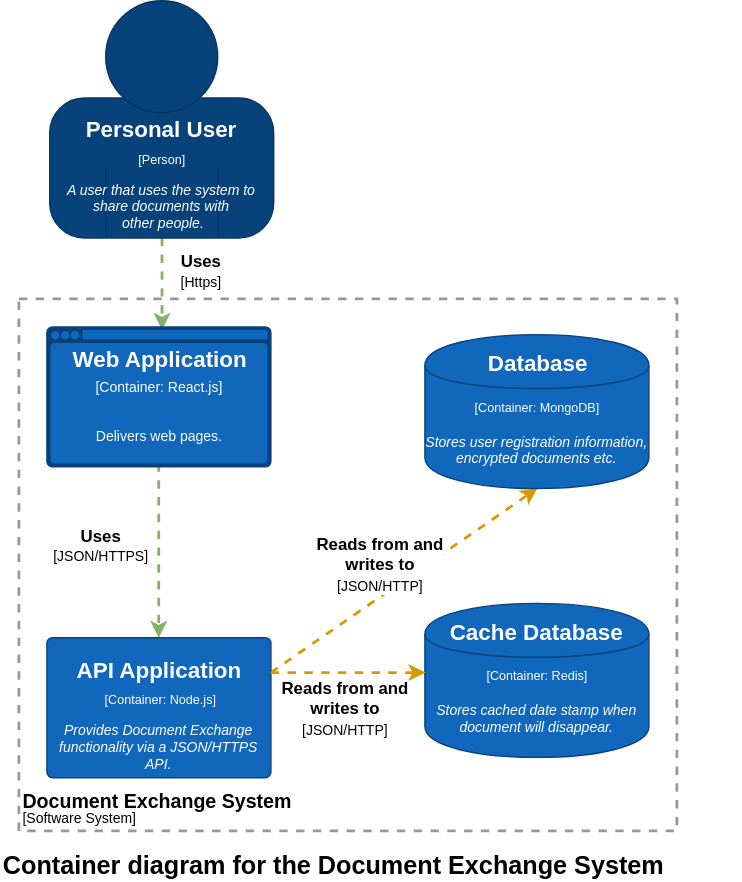
kkolodziejczak/PBAI keeps this draw.io diagram as Documentation/Architecture/Level2-Containers.svg. Above is the earlier version. Source tidied: cells renumbered, new cells last; positions are measured from the earlier drawing's top-left corner, leaving out a move shared by most shapes. Its diagram source:
```xml
<mxGraphModel>
  <root>
    <mxCell id="0" />
    <mxCell id="1" parent="0" />
    <mxCell id="2" value="&lt;div style=&quot;text-align: left&quot;&gt;&lt;span&gt;Container diagram for the Document Exchange System&lt;/span&gt;&lt;/div&gt;" style="text;html=1;strokeColor=none;fillColor=none;align=left;verticalAlign=middle;whiteSpace=wrap;rounded=0;fontSize=18;fontStyle=1;" parent="1" vertex="1">
      <mxGeometry y="609" width="528" height="20" as="geometry" />
    </mxCell>
    <mxCell id="3" style="endArrow=classic;html=1;strokeWidth=2;dashed=1;strokeColor=#82b366;fontSize=14;entryX=0.5;entryY=0;fillColor=#d5e8d4;rounded=0;exitX=0.5;exitY=1;" parent="1" edge="1" source="25" target="11">
      <mxGeometry relative="1" as="geometry" />
    </mxCell>
    <mxCell id="4" value="&lt;span&gt;&lt;b&gt;Uses&lt;/b&gt;&lt;br&gt;&lt;/span&gt;&lt;div&gt;&lt;font style=&quot;font-size: 10px&quot;&gt;[JSON/HTTPS]&lt;/font&gt;&lt;/div&gt;" style="text;html=1;align=center;verticalAlign=middle;labelBackgroundColor=#ffffff;" parent="3" vertex="1">
      <mxGeometry x="0.44" y="-3" relative="1" as="geometry">
        <mxPoint x="-38" y="-31" as="offset" />
      </mxGeometry>
    </mxCell>
    <mxCell id="5" style="endArrow=classic;html=1;strokeWidth=2;dashed=1;strokeColor=#82b366;rounded=0;fontSize=14;exitX=0.5;exitY=1;fillColor=#d5e8d4;entryX=0.429;entryY=0.063;entryPerimeter=0;" parent="1" edge="1" source="30" target="22">
      <mxGeometry relative="1" as="geometry" />
    </mxCell>
    <mxCell id="6" value="&lt;span&gt;&lt;b&gt;&lt;font style=&quot;font-size: 12px&quot;&gt;Uses&lt;/font&gt;&lt;/b&gt;&lt;/span&gt;&lt;span&gt;&lt;br&gt;&lt;/span&gt;&lt;div&gt;&lt;font style=&quot;font-size: 10px&quot;&gt;[Https]&lt;/font&gt;&lt;/div&gt;" style="text;html=1;align=center;verticalAlign=middle;labelBackgroundColor=#ffffff;" parent="5" vertex="1">
      <mxGeometry x="0.44" y="-3" relative="1" as="geometry">
        <mxPoint x="31" y="-24" as="offset" />
      </mxGeometry>
    </mxCell>
    <mxCell id="7" style="endArrow=classic;html=1;strokeWidth=2;dashed=1;strokeColor=#d79b00;rounded=0;fontSize=14;fontColor=#000000;entryX=0.5;entryY=1;exitX=1;exitY=0.25;fillColor=#ffe6cc;" parent="1" edge="1" source="11" target="39">
      <mxGeometry relative="1" as="geometry" />
    </mxCell>
    <mxCell id="8" value="&lt;span&gt;&lt;b&gt;&lt;font style=&quot;font-size: 12px&quot;&gt;Reads from and &lt;br&gt;writes to&lt;/font&gt;&lt;/b&gt;&lt;/span&gt;&lt;span&gt;&lt;br&gt;&lt;/span&gt;&lt;div&gt;&lt;font style=&quot;font-size: 10px&quot;&gt;[JSON/HTTP&lt;/font&gt;&lt;span style=&quot;font-size: 10px&quot;&gt;]&lt;/span&gt;&lt;/div&gt;" style="text;html=1;align=center;verticalAlign=middle;labelBackgroundColor=#ffffff;" parent="7" vertex="1">
      <mxGeometry x="0.44" y="-3" relative="1" as="geometry">
        <mxPoint x="-60" y="15" as="offset" />
      </mxGeometry>
    </mxCell>
    <mxCell id="9" style="group;fillColor=#ffffff;strokeColor=none;absoluteArcSize=1;" parent="1" vertex="1">
      <mxGeometry x="33" y="456" width="160" height="100" as="geometry" />
    </mxCell>
    <mxCell id="10" style="group;fillColor=none;" parent="9" vertex="1">
      <mxGeometry width="160" height="100" as="geometry" />
    </mxCell>
    <mxCell id="11" style="rounded=1;whiteSpace=wrap;html=1;fillColor=#1067BC;strokeColor=#08427B;arcSize=4;" parent="10" vertex="1">
      <mxGeometry width="160" height="100" as="geometry" />
    </mxCell>
    <mxCell id="12" value="API Application" style="text;html=1;strokeColor=none;fillColor=none;align=center;verticalAlign=middle;whiteSpace=wrap;rounded=0;fontColor=#FFFFFF;fontStyle=1;fontSize=16;" parent="9" vertex="1">
      <mxGeometry y="12" width="160" height="21" as="geometry" />
    </mxCell>
    <mxCell id="13" value="&lt;font style=&quot;font-size: 9px&quot;&gt;[&lt;span&gt;Container:&amp;nbsp;Node.js&lt;/span&gt;]&lt;/font&gt;&lt;br&gt;" style="text;html=1;strokeColor=none;fillColor=none;align=center;verticalAlign=middle;whiteSpace=wrap;rounded=0;fontSize=12;fontColor=#FFFFFF;" parent="9" vertex="1">
      <mxGeometry y="32" width="160" height="21" as="geometry" />
    </mxCell>
    <mxCell id="14" value="&lt;i&gt;&lt;font&gt;Provides Document Exchange functionality via a JSON/HTTPS API.&lt;/font&gt;&lt;/i&gt;&lt;br&gt;" style="text;strokeColor=none;fillColor=none;align=center;verticalAlign=middle;whiteSpace=wrap;rounded=0;fontSize=10;fontColor=#FFFFFF;html=1;spacing=1;" parent="9" vertex="1">
      <mxGeometry y="58" width="160" height="40" as="geometry" />
    </mxCell>
    <mxCell id="15" style="group;" parent="1" vertex="1">
      <mxGeometry x="33" y="234" width="160" height="100" as="geometry" />
    </mxCell>
    <mxCell id="16" style="group;fillColor=none;" parent="15" vertex="1">
      <mxGeometry width="160" height="100" as="geometry" />
    </mxCell>
    <mxCell id="17" style="rounded=1;whiteSpace=wrap;html=1;fillColor=#08427B;strokeColor=#08427B;arcSize=4;" parent="16" vertex="1">
      <mxGeometry width="160" height="100" as="geometry" />
    </mxCell>
    <mxCell id="18" style="rounded=1;whiteSpace=wrap;html=1;strokeColor=#08427B;fillColor=#1067BC;align=center;arcSize=4;" parent="15" vertex="1">
      <mxGeometry x="2" y="11" width="156" height="87" as="geometry" />
    </mxCell>
    <mxCell id="19" style="ellipse;strokeColor=#08427B;fillColor=#1067BC;align=center;noLabel=0;fontColor=none;" parent="15" vertex="1">
      <mxGeometry x="2" y="2" width="7" height="7" as="geometry" />
    </mxCell>
    <mxCell id="20" style="ellipse;whiteSpace=wrap;html=1;strokeColor=#08427B;fillColor=#1067BC;align=center;" parent="15" vertex="1">
      <mxGeometry x="9" y="2" width="7" height="7" as="geometry" />
    </mxCell>
    <mxCell id="21" style="ellipse;whiteSpace=wrap;html=1;strokeColor=#08427B;fillColor=#1067BC;align=center;" parent="15" vertex="1">
      <mxGeometry x="16" y="2" width="7" height="7" as="geometry" />
    </mxCell>
    <mxCell id="22" style="rounded=1;whiteSpace=wrap;html=1;strokeColor=#08427B;fillColor=#1067BC;align=center;" parent="15" vertex="1">
      <mxGeometry x="25" y="1.5" width="133" height="8" as="geometry" />
    </mxCell>
    <mxCell id="23" value="Web Application" style="text;html=1;strokeColor=none;fillColor=none;align=center;verticalAlign=middle;whiteSpace=wrap;rounded=0;fontColor=#FFFFFF;fontStyle=1;fontSize=16;" parent="15" vertex="1">
      <mxGeometry y="12" width="160" height="21" as="geometry" />
    </mxCell>
    <mxCell id="24" value="&lt;font style=&quot;font-size: 10px&quot;&gt;[Container: React.js]&lt;/font&gt;&lt;br&gt;" style="text;html=1;strokeColor=none;fillColor=none;align=center;verticalAlign=middle;whiteSpace=wrap;rounded=0;fontSize=12;fontColor=#FFFFFF;" parent="15" vertex="1">
      <mxGeometry y="32" width="160" height="21" as="geometry" />
    </mxCell>
    <mxCell id="25" value="Delivers web pages." style="text;strokeColor=none;fillColor=none;align=center;verticalAlign=middle;whiteSpace=wrap;rounded=0;fontSize=10;fontColor=#FFFFFF;html=1;spacing=1;" parent="15" vertex="1">
      <mxGeometry y="58" width="160" height="40" as="geometry" />
    </mxCell>
    <mxCell id="26" style="group;" parent="1" vertex="1">
      <mxGeometry x="35" y="0.5" width="160" height="170" as="geometry" />
    </mxCell>
    <mxCell id="27" style="group;" parent="26" vertex="1">
      <mxGeometry width="160" height="170" as="geometry" />
    </mxCell>
    <mxCell id="28" style="group;fillColor=#ffffff;strokeColor=none;absoluteArcSize=1;" parent="27" vertex="1">
      <mxGeometry y="70" width="160" height="100" as="geometry" />
    </mxCell>
    <mxCell id="29" style="group;fillColor=none;" parent="28" vertex="1">
      <mxGeometry width="160" height="100" as="geometry" />
    </mxCell>
    <mxCell id="30" style="rounded=1;whiteSpace=wrap;html=1;fillColor=#08427B;strokeColor=#063563;arcSize=25;" parent="29" vertex="1">
      <mxGeometry width="160" height="100" as="geometry" />
    </mxCell>
    <mxCell id="31" style="endArrow=none;html=1;strokeColor=#063563;" parent="28" edge="1">
      <mxGeometry relative="1" as="geometry">
        <mxPoint x="40" y="50" as="sourcePoint" />
        <mxPoint x="40" y="98" as="targetPoint" />
      </mxGeometry>
    </mxCell>
    <mxCell id="32" style="edgeStyle=orthogonalEdgeStyle;html=1;entryX=0.75;entryY=1;jettySize=auto;strokeColor=#063563;curved=1;endArrow=none;endFill=0;" parent="28" edge="1" target="33">
      <mxGeometry relative="1" as="geometry">
        <mxPoint x="120" y="50" as="sourcePoint" />
        <Array as="points">
          <mxPoint x="120" y="70" />
          <mxPoint x="120" y="70" />
        </Array>
      </mxGeometry>
    </mxCell>
    <mxCell id="33" value="&lt;i&gt;A user that uses the system to share documents&amp;nbsp;with&lt;br&gt;&amp;nbsp;other people.&lt;/i&gt;&lt;br&gt;" style="text;strokeColor=none;fillColor=none;align=center;verticalAlign=middle;whiteSpace=wrap;rounded=0;fontSize=10;fontColor=#FFFFFF;html=1;spacing=1;" parent="28" vertex="1">
      <mxGeometry y="58" width="160" height="40" as="geometry" />
    </mxCell>
    <mxCell id="34" value="&lt;font style=&quot;font-size: 9px&quot;&gt;[Person]&lt;/font&gt;&lt;br&gt;" style="text;html=1;strokeColor=none;fillColor=none;align=center;verticalAlign=middle;whiteSpace=wrap;rounded=0;fontSize=12;fontColor=#FFFFFF;" parent="28" vertex="1">
      <mxGeometry y="32" width="160" height="21" as="geometry" />
    </mxCell>
    <mxCell id="35" value="Personal User" style="text;html=1;strokeColor=none;fillColor=none;align=center;verticalAlign=middle;whiteSpace=wrap;rounded=0;fontColor=#FFFFFF;fontStyle=1;fontSize=16;" parent="28" vertex="1">
      <mxGeometry y="12" width="160" height="21" as="geometry" />
    </mxCell>
    <mxCell id="36" style="ellipse;whiteSpace=wrap;html=1;strokeColor=#063563;fillColor=#08427B;gradientColor=none;" parent="27" vertex="1">
      <mxGeometry x="40" width="80" height="80" as="geometry" />
    </mxCell>
    <mxCell id="37" style="group;" parent="1" vertex="1">
      <mxGeometry x="303" y="239.5" width="160" height="110" as="geometry" />
    </mxCell>
    <mxCell id="38" style="group;" parent="37" vertex="1">
      <mxGeometry width="160" height="110" as="geometry" />
    </mxCell>
    <mxCell id="39" style="shape=cylinder;whiteSpace=wrap;html=1;boundedLbl=1;backgroundOutline=1;rounded=1;strokeColor=#08427B;fillColor=#1067BC;fontSize=12;fontColor=#FFFFFF;align=center;" parent="38" vertex="1">
      <mxGeometry width="160" height="110" as="geometry" />
    </mxCell>
    <mxCell id="40" value="&lt;i&gt;Stores user registration information, encrypted documents etc.&lt;/i&gt;&lt;br&gt;" style="text;strokeColor=none;fillColor=none;align=center;verticalAlign=middle;whiteSpace=wrap;rounded=0;fontSize=10;fontColor=#FFFFFF;html=1;spacing=1;" parent="38" vertex="1">
      <mxGeometry y="62.5" width="160" height="40" as="geometry" />
    </mxCell>
    <mxCell id="41" value="&lt;font style=&quot;font-size: 9px&quot;&gt;[Container: MongoDB]&lt;/font&gt;&lt;br&gt;" style="text;html=1;strokeColor=none;fillColor=none;align=center;verticalAlign=middle;whiteSpace=wrap;rounded=0;fontSize=12;fontColor=#FFFFFF;" parent="38" vertex="1">
      <mxGeometry y="40" width="160" height="20" as="geometry" />
    </mxCell>
    <mxCell id="42" value="Database" style="text;html=1;strokeColor=none;fillColor=none;align=center;verticalAlign=middle;whiteSpace=wrap;rounded=0;fontColor=#FFFFFF;fontStyle=1;fontSize=16;" parent="38" vertex="1">
      <mxGeometry width="160" height="40" as="geometry" />
    </mxCell>
    <mxCell id="43" style="group;" parent="1" vertex="1">
      <mxGeometry x="303" y="431.5" width="160" height="110" as="geometry" />
    </mxCell>
    <mxCell id="44" style="group;" parent="43" vertex="1">
      <mxGeometry width="160" height="110" as="geometry" />
    </mxCell>
    <mxCell id="45" style="shape=cylinder;whiteSpace=wrap;html=1;boundedLbl=1;backgroundOutline=1;rounded=1;strokeColor=#08427B;fillColor=#1067BC;fontSize=12;fontColor=#FFFFFF;align=center;" parent="44" vertex="1">
      <mxGeometry width="160" height="110" as="geometry" />
    </mxCell>
    <mxCell id="46" value="&lt;i&gt;Stores cached date stamp when document will disappear.&lt;/i&gt;&lt;br&gt;" style="text;strokeColor=none;fillColor=none;align=center;verticalAlign=middle;whiteSpace=wrap;rounded=0;fontSize=10;fontColor=#FFFFFF;html=1;spacing=1;" parent="44" vertex="1">
      <mxGeometry y="62.5" width="160" height="40" as="geometry" />
    </mxCell>
    <mxCell id="47" value="&lt;font style=&quot;font-size: 9px&quot;&gt;[Container: Redis]&lt;/font&gt;&lt;br&gt;" style="text;html=1;strokeColor=none;fillColor=none;align=center;verticalAlign=middle;whiteSpace=wrap;rounded=0;fontSize=12;fontColor=#FFFFFF;" parent="44" vertex="1">
      <mxGeometry y="40" width="160" height="20" as="geometry" />
    </mxCell>
    <mxCell id="48" value="Cache Database" style="text;html=1;strokeColor=none;fillColor=none;align=center;verticalAlign=middle;whiteSpace=wrap;rounded=0;fontColor=#FFFFFF;fontStyle=1;fontSize=16;" parent="44" vertex="1">
      <mxGeometry width="160" height="40" as="geometry" />
    </mxCell>
    <mxCell id="49" style="endArrow=classic;html=1;strokeWidth=2;dashed=1;strokeColor=#d79b00;rounded=0;fontSize=14;fontColor=#000000;entryX=0;entryY=0.5;exitX=1;exitY=0.25;fillColor=#ffe6cc;" parent="1" edge="1" source="11" target="47">
      <mxGeometry relative="1" as="geometry" />
    </mxCell>
    <mxCell id="50" value="&lt;span&gt;&lt;b&gt;&lt;font style=&quot;font-size: 12px&quot;&gt;Reads from and &lt;br&gt;writes to&lt;/font&gt;&lt;/b&gt;&lt;/span&gt;&lt;span&gt;&lt;br&gt;&lt;/span&gt;&lt;div&gt;&lt;font style=&quot;font-size: 10px&quot;&gt;[JSON/HTTP&lt;/font&gt;&lt;span style=&quot;font-size: 10px&quot;&gt;]&lt;/span&gt;&lt;/div&gt;" style="text;html=1;align=center;verticalAlign=middle;labelBackgroundColor=#ffffff;" parent="49" vertex="1">
      <mxGeometry x="0.44" y="-3" relative="1" as="geometry">
        <mxPoint x="-25.5" y="21.5" as="offset" />
      </mxGeometry>
    </mxCell>
    <mxCell id="51" value="&lt;p style=&quot;line-height: 80%&quot;&gt;&lt;b&gt;Document Exchange System&lt;/b&gt;&lt;br&gt;&lt;font style=&quot;font-size: 10px ; font-weight: normal&quot;&gt;[Software System]&lt;/font&gt;&lt;br&gt;&lt;/p&gt;" style="rounded=0;whiteSpace=wrap;html=1;fillColor=none;fontSize=14;align=left;strokeWidth=2;strokeColor=#999999;verticalAlign=bottom;dashed=1;fontStyle=1;spacingBottom=-14;" parent="1" vertex="1">
      <mxGeometry x="13" y="214" width="470" height="380" as="geometry" />
    </mxCell>
  </root>
</mxGraphModel>
```
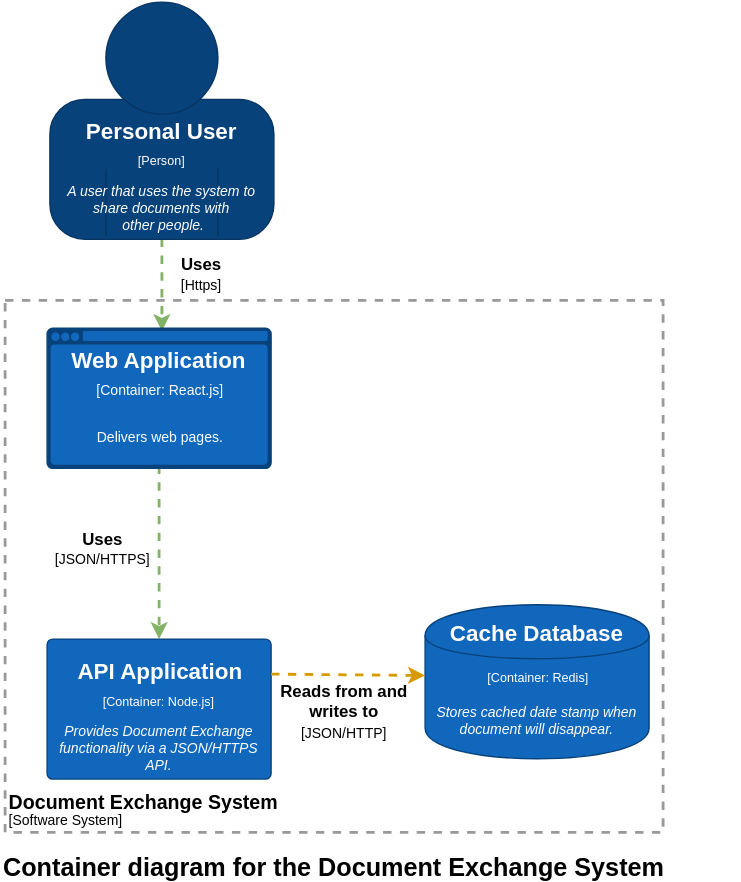
Later version of the same file.

Commit message:
Fixed diagram - Containers #10

The edit, as a diff of the source:
```diff
@@ -21,16 +21,8 @@
         <mxPoint x="31" y="-24" as="offset" />
       </mxGeometry>
     </mxCell>
-    <mxCell id="7" style="endArrow=classic;html=1;strokeWidth=2;dashed=1;strokeColor=#d79b00;rounded=0;fontSize=14;fontColor=#000000;entryX=0.5;entryY=1;exitX=1;exitY=0.25;fillColor=#ffe6cc;" parent="1" edge="1" source="11" target="39">
-      <mxGeometry relative="1" as="geometry" />
-    </mxCell>
-    <mxCell id="8" value="&lt;span&gt;&lt;b&gt;&lt;font style=&quot;font-size: 12px&quot;&gt;Reads from and &lt;br&gt;writes to&lt;/font&gt;&lt;/b&gt;&lt;/span&gt;&lt;span&gt;&lt;br&gt;&lt;/span&gt;&lt;div&gt;&lt;font style=&quot;font-size: 10px&quot;&gt;[JSON/HTTP&lt;/font&gt;&lt;span style=&quot;font-size: 10px&quot;&gt;]&lt;/span&gt;&lt;/div&gt;" style="text;html=1;align=center;verticalAlign=middle;labelBackgroundColor=#ffffff;" parent="7" vertex="1">
-      <mxGeometry x="0.44" y="-3" relative="1" as="geometry">
-        <mxPoint x="-60" y="15" as="offset" />
-      </mxGeometry>
-    </mxCell>
     <mxCell id="9" style="group;fillColor=#ffffff;strokeColor=none;absoluteArcSize=1;" parent="1" vertex="1">
-      <mxGeometry x="33" y="456" width="160" height="100" as="geometry" />
+      <mxGeometry x="33" y="456" width="437" height="138" as="geometry" />
     </mxCell>
     <mxCell id="10" style="group;fillColor=none;" parent="9" vertex="1">
       <mxGeometry width="160" height="100" as="geometry" />
@@ -122,24 +114,6 @@
     <mxCell id="36" style="ellipse;whiteSpace=wrap;html=1;strokeColor=#063563;fillColor=#08427B;gradientColor=none;" parent="27" vertex="1">
       <mxGeometry x="40" width="80" height="80" as="geometry" />
     </mxCell>
-    <mxCell id="37" style="group;" parent="1" vertex="1">
-      <mxGeometry x="303" y="239.5" width="160" height="110" as="geometry" />
-    </mxCell>
-    <mxCell id="38" style="group;" parent="37" vertex="1">
-      <mxGeometry width="160" height="110" as="geometry" />
-    </mxCell>
-    <mxCell id="39" style="shape=cylinder;whiteSpace=wrap;html=1;boundedLbl=1;backgroundOutline=1;rounded=1;strokeColor=#08427B;fillColor=#1067BC;fontSize=12;fontColor=#FFFFFF;align=center;" parent="38" vertex="1">
-      <mxGeometry width="160" height="110" as="geometry" />
-    </mxCell>
-    <mxCell id="40" value="&lt;i&gt;Stores user registration information, encrypted documents etc.&lt;/i&gt;&lt;br&gt;" style="text;strokeColor=none;fillColor=none;align=center;verticalAlign=middle;whiteSpace=wrap;rounded=0;fontSize=10;fontColor=#FFFFFF;html=1;spacing=1;" parent="38" vertex="1">
-      <mxGeometry y="62.5" width="160" height="40" as="geometry" />
-    </mxCell>
-    <mxCell id="41" value="&lt;font style=&quot;font-size: 9px&quot;&gt;[Container: MongoDB]&lt;/font&gt;&lt;br&gt;" style="text;html=1;strokeColor=none;fillColor=none;align=center;verticalAlign=middle;whiteSpace=wrap;rounded=0;fontSize=12;fontColor=#FFFFFF;" parent="38" vertex="1">
-      <mxGeometry y="40" width="160" height="20" as="geometry" />
-    </mxCell>
-    <mxCell id="42" value="Database" style="text;html=1;strokeColor=none;fillColor=none;align=center;verticalAlign=middle;whiteSpace=wrap;rounded=0;fontColor=#FFFFFF;fontStyle=1;fontSize=16;" parent="38" vertex="1">
-      <mxGeometry width="160" height="40" as="geometry" />
-    </mxCell>
     <mxCell id="43" style="group;" parent="1" vertex="1">
       <mxGeometry x="303" y="431.5" width="160" height="110" as="geometry" />
     </mxCell>
@@ -167,7 +141,7 @@
       </mxGeometry>
     </mxCell>
     <mxCell id="51" value="&lt;p style=&quot;line-height: 80%&quot;&gt;&lt;b&gt;Document Exchange System&lt;/b&gt;&lt;br&gt;&lt;font style=&quot;font-size: 10px ; font-weight: normal&quot;&gt;[Software System]&lt;/font&gt;&lt;br&gt;&lt;/p&gt;" style="rounded=0;whiteSpace=wrap;html=1;fillColor=none;fontSize=14;align=left;strokeWidth=2;strokeColor=#999999;verticalAlign=bottom;dashed=1;fontStyle=1;spacingBottom=-14;" parent="1" vertex="1">
-      <mxGeometry x="13" y="214" width="470" height="380" as="geometry" />
+      <mxGeometry x="3" y="214" width="470" height="380" as="geometry" />
     </mxCell>
   </root>
 </mxGraphModel>
```
